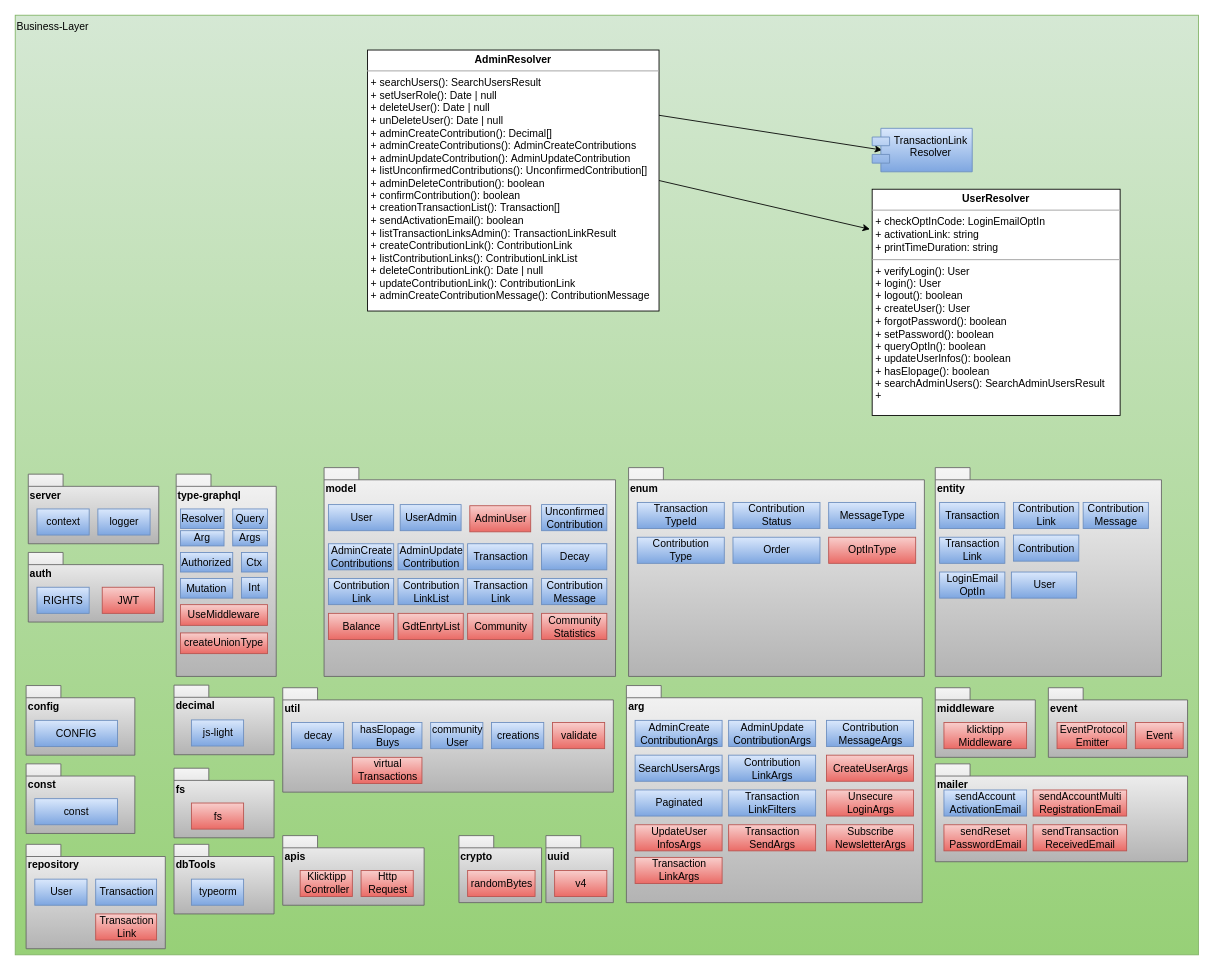
This is docu/Concepts/TechnicalRequirements/graphics/BE-AdminResolver-IST.drawio from gradido/gradido, a draw.io file, before an edit. Source tidied: cells renumbered, new cells numbered last; positions are measured from the earlier drawing's top-left corner, leaving out a move shared by most shapes. Both pictures are drawn from the tidied source at 87%, with x=0, y=0 at pixel (15, 15).
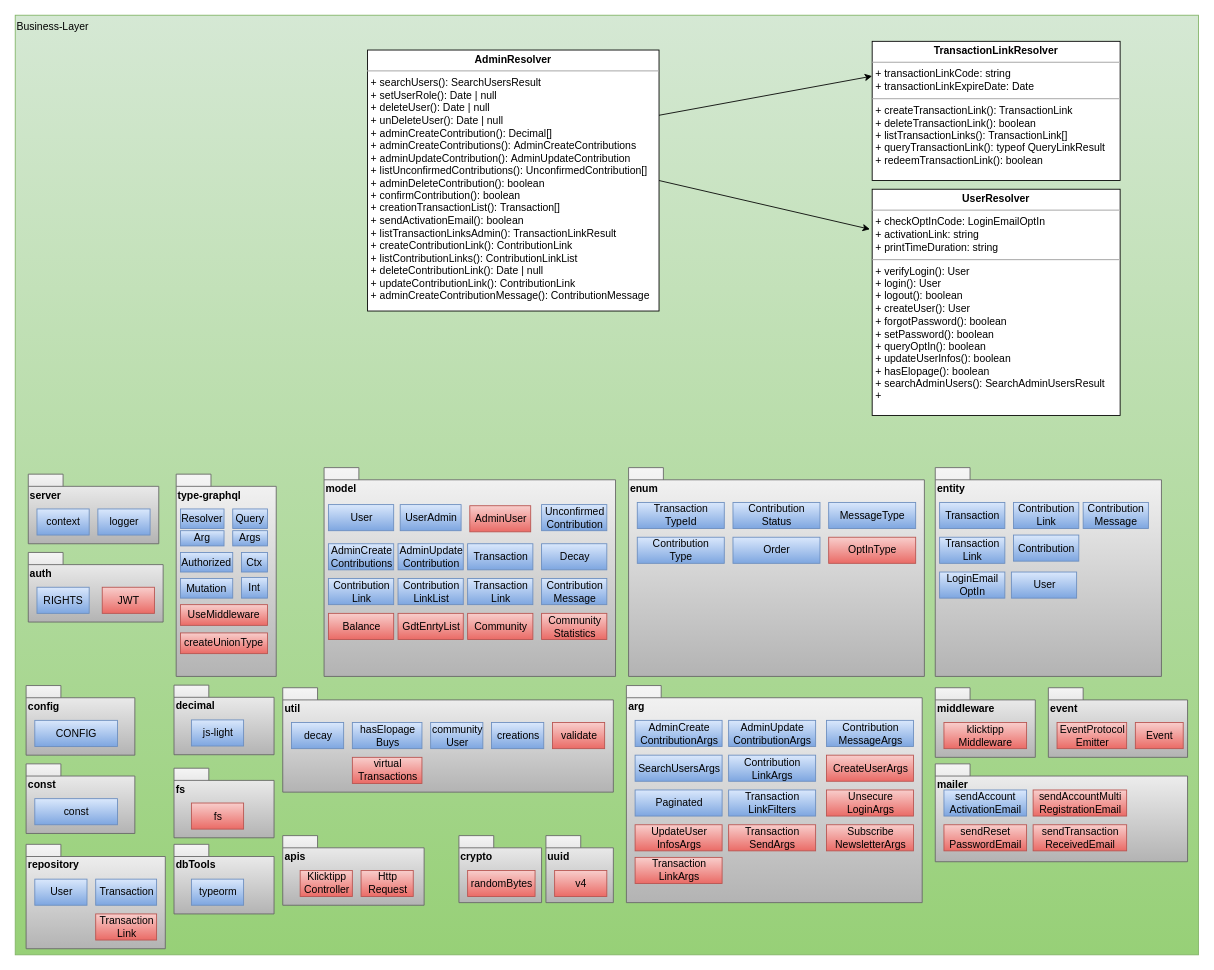
After the change.

The change refers to these unchanged cells:
```xml
<mxCell id="6" value="&lt;p style=&quot;margin: 0px ; margin-top: 4px ; text-align: center&quot;&gt;&lt;b&gt;AdminResolver&lt;/b&gt;&lt;/p&gt;&lt;hr size=&quot;1&quot;&gt;&lt;p style=&quot;margin: 0px ; margin-left: 4px&quot;&gt;+ searchUsers():&amp;nbsp;SearchUsersResult&lt;/p&gt;&lt;p style=&quot;margin: 0px ; margin-left: 4px&quot;&gt;+&amp;nbsp;setUserRole(): Date | null&lt;/p&gt;&lt;p style=&quot;margin: 0px ; margin-left: 4px&quot;&gt;+&amp;nbsp;deleteUser(): Date | null&lt;/p&gt;&lt;p style=&quot;margin: 0px ; margin-left: 4px&quot;&gt;+&amp;nbsp;unDeleteUser(): Date | null&lt;/p&gt;&lt;p style=&quot;margin: 0px ; margin-left: 4px&quot;&gt;+&amp;nbsp;adminCreateContribution():&amp;nbsp;Decimal[]&lt;/p&gt;&lt;p style=&quot;margin: 0px ; margin-left: 4px&quot;&gt;+&amp;nbsp;adminCreateContributions():&amp;nbsp;AdminCreateContributions&lt;/p&gt;&lt;p style=&quot;margin: 0px ; margin-left: 4px&quot;&gt;+&amp;nbsp;adminUpdateContribution():&amp;nbsp;AdminUpdateContribution&lt;/p&gt;&lt;p style=&quot;margin: 0px ; margin-left: 4px&quot;&gt;+&amp;nbsp;listUnconfirmedContributions():&amp;nbsp;UnconfirmedContribution[]&lt;/p&gt;&lt;p style=&quot;margin: 0px ; margin-left: 4px&quot;&gt;+&amp;nbsp;adminDeleteContribution():&amp;nbsp;boolean&lt;/p&gt;&lt;p style=&quot;margin: 0px ; margin-left: 4px&quot;&gt;+&amp;nbsp;confirmContribution():&amp;nbsp;boolean&lt;/p&gt;&lt;p style=&quot;margin: 0px ; margin-left: 4px&quot;&gt;+&amp;nbsp;creationTransactionList():&amp;nbsp;Transaction[]&lt;/p&gt;&lt;p style=&quot;margin: 0px ; margin-left: 4px&quot;&gt;+&amp;nbsp;sendActivationEmail():&amp;nbsp;boolean&lt;/p&gt;&lt;p style=&quot;margin: 0px ; margin-left: 4px&quot;&gt;+&amp;nbsp;listTransactionLinksAdmin():&amp;nbsp;TransactionLinkResult&lt;/p&gt;&lt;p style=&quot;margin: 0px ; margin-left: 4px&quot;&gt;+&amp;nbsp;createContributionLink():&amp;nbsp;ContributionLink&lt;/p&gt;&lt;p style=&quot;margin: 0px ; margin-left: 4px&quot;&gt;+&amp;nbsp;listContributionLinks():&amp;nbsp;ContributionLinkList&lt;/p&gt;&lt;p style=&quot;margin: 0px ; margin-left: 4px&quot;&gt;+&amp;nbsp;deleteContributionLink():&amp;nbsp;Date | null&lt;/p&gt;&lt;p style=&quot;margin: 0px ; margin-left: 4px&quot;&gt;+&amp;nbsp;updateContributionLink():&amp;nbsp;ContributionLink&lt;/p&gt;&lt;p style=&quot;margin: 0px ; margin-left: 4px&quot;&gt;+&amp;nbsp;adminCreateContributionMessage():&amp;nbsp;ContributionMessage&lt;/p&gt;" style="verticalAlign=top;align=left;overflow=fill;fontSize=12;fontFamily=Helvetica;html=1;" parent="1" vertex="1">
  <mxGeometry x="405" y="40" width="335" height="300" as="geometry" />
</mxCell>
```

The edit, as a diff of the source:
```diff
@@
-    <mxCell id="4" style="edgeStyle=none;html=1;entryX=0.1;entryY=0.5;entryDx=0;entryDy=0;exitX=1;exitY=0.25;exitDx=0;exitDy=0;entryPerimeter=0;" parent="1" edge="1" source="6" target="5">
+    <mxCell id="4" style="edgeStyle=none;html=1;entryX=0;entryY=0.25;entryDx=0;entryDy=0;exitX=1;exitY=0.25;exitDx=0;exitDy=0;" parent="1" edge="1" source="6" target="109">
       <mxGeometry relative="1" as="geometry" />
     </mxCell>
-    <mxCell id="5" value="TransactionLink&#10;Resolver" style="shape=module;align=left;spacingLeft=20;align=center;verticalAlign=top;fillColor=#dae8fc;gradientColor=#7ea6e0;strokeColor=#6c8ebf;" parent="1" vertex="1">
-      <mxGeometry x="985" y="130" width="115" height="50" as="geometry" />
-    </mxCell>
@@
+    <mxCell id="109" value="&lt;p style=&quot;margin: 0px ; margin-top: 4px ; text-align: center&quot;&gt;&lt;b&gt;TransactionLinkResolver&lt;/b&gt;&lt;/p&gt;&lt;hr size=&quot;1&quot;&gt;&lt;p style=&quot;margin: 0px ; margin-left: 4px&quot;&gt;+&amp;nbsp;transactionLinkCode: string&lt;/p&gt;&lt;p style=&quot;margin: 0px ; margin-left: 4px&quot;&gt;+&amp;nbsp;transactionLinkExpireDate: Date&lt;/p&gt;&lt;hr size=&quot;1&quot;&gt;&lt;p style=&quot;margin: 0px ; margin-left: 4px&quot;&gt;+ createTransactionLink(): TransactionLink&lt;/p&gt;&lt;p style=&quot;margin: 0px ; margin-left: 4px&quot;&gt;+&amp;nbsp;deleteTransactionLink(): boolean&lt;/p&gt;&lt;p style=&quot;margin: 0px ; margin-left: 4px&quot;&gt;+&amp;nbsp;listTransactionLinks():&amp;nbsp;TransactionLink[]&lt;/p&gt;&lt;p style=&quot;margin: 0px ; margin-left: 4px&quot;&gt;+&amp;nbsp;queryTransactionLink():&amp;nbsp;typeof QueryLinkResult&lt;/p&gt;&lt;p style=&quot;margin: 0px ; margin-left: 4px&quot;&gt;+&amp;nbsp;redeemTransactionLink(): boolean&lt;/p&gt;" style="verticalAlign=top;align=left;overflow=fill;fontSize=12;fontFamily=Helvetica;html=1;" parent="1" vertex="1">
+      <mxGeometry x="985" y="30" width="285" height="160" as="geometry" />
+    </mxCell>
```
